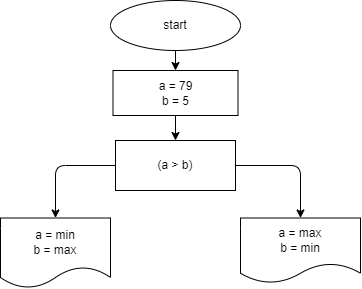
Earlier version of the draw.io export Lessons01/Examples/Task002/diagram.drawio.png (Mypulse/dotnet). Source tidied: cells renumbered, new cells last; positions are measured from the earlier drawing's top-left corner, leaving out a move shared by most shapes.
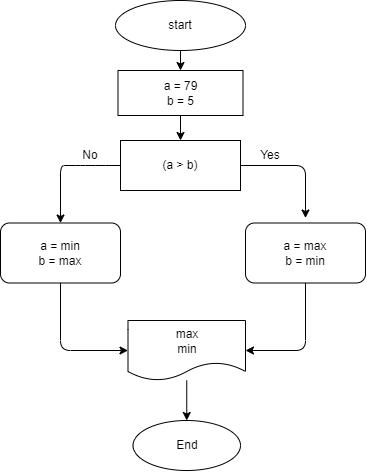
After the commit.

Commit message:
исправлена блок схема

Change to the diagram source:
```diff
@@ -17,12 +17,15 @@
     <mxCell id="6" style="edgeStyle=none;html=1;entryX=0.5;entryY=0;entryDx=0;entryDy=0;" parent="1" edge="1" source="8" target="10">
       <mxGeometry relative="1" as="geometry">
         <Array as="points">
+          <mxPoint x="90" y="165" />
+          <mxPoint x="70" y="165" />
           <mxPoint x="55" y="165" />
         </Array>
       </mxGeometry>
     </mxCell>
-    <mxCell id="7" style="edgeStyle=none;html=1;entryX=0.5;entryY=0;entryDx=0;entryDy=0;" parent="1" edge="1" source="8" target="9">
+    <mxCell id="7" style="edgeStyle=none;html=1;entryX=0.5;entryY=0;entryDx=0;entryDy=0;" parent="1" edge="1" source="8">
       <mxGeometry relative="1" as="geometry">
+        <mxPoint x="300" y="217.5" as="targetPoint" />
         <Array as="points">
           <mxPoint x="300" y="165" />
         </Array>
@@ -31,11 +34,40 @@
     <mxCell id="8" value="(a &amp;gt; b)" style="whiteSpace=wrap;html=1;" parent="1" vertex="1">
       <mxGeometry x="115" y="140" width="120" height="50" as="geometry" />
     </mxCell>
+    <mxCell id="11" style="edgeStyle=none;html=1;entryX=0;entryY=0.5;entryDx=0;entryDy=0;" parent="1" edge="1" source="10" target="16">
+      <mxGeometry relative="1" as="geometry">
+        <Array as="points">
+          <mxPoint x="55" y="350" />
+        </Array>
+      </mxGeometry>
+    </mxCell>
+    <mxCell id="10" value="a = min&lt;br&gt;b = max" style="rounded=1;whiteSpace=wrap;html=1;" parent="1" vertex="1">
+      <mxGeometry x="-5" y="222.5" width="120" height="60" as="geometry" />
+    </mxCell>
+    <mxCell id="12" style="edgeStyle=none;html=1;entryX=1;entryY=0.5;entryDx=0;entryDy=0;" parent="1" edge="1" source="9" target="16">
+      <mxGeometry relative="1" as="geometry">
+        <Array as="points">
+          <mxPoint x="300" y="350" />
+        </Array>
+      </mxGeometry>
+    </mxCell>
-    <mxCell id="9" value="a = max&lt;br&gt;b = min" style="shape=document;whiteSpace=wrap;html=1;boundedLbl=1;" parent="1" vertex="1">
-      <mxGeometry x="240" y="217.5" width="120" height="65" as="geometry" />
+    <mxCell id="9" value="&lt;span&gt;a = max&lt;/span&gt;&lt;br&gt;&lt;span&gt;b = min&lt;/span&gt;" style="rounded=1;whiteSpace=wrap;html=1;" parent="1" vertex="1">
+      <mxGeometry x="240" y="222.5" width="120" height="60" as="geometry" />
     </mxCell>
-    <mxCell id="10" value="&lt;span&gt;a = min&lt;/span&gt;&lt;br&gt;&lt;span&gt;b = max&lt;/span&gt;" style="shape=document;whiteSpace=wrap;html=1;boundedLbl=1;" parent="1" vertex="1">
-      <mxGeometry y="217.5" width="110" height="70" as="geometry" />
-    </mxCell>
+    <mxCell id="13" value="No" style="text;html=1;strokeColor=none;fillColor=none;align=center;verticalAlign=middle;whiteSpace=wrap;rounded=0;" parent="1" vertex="1">
+      <mxGeometry x="70" y="150" width="30" height="10" as="geometry" />
+    </mxCell>
+    <mxCell id="14" value="Yes" style="text;html=1;strokeColor=none;fillColor=none;align=center;verticalAlign=middle;whiteSpace=wrap;rounded=0;" parent="1" vertex="1">
+      <mxGeometry x="250" y="150" width="30" height="10" as="geometry" />
+    </mxCell>
+    <mxCell id="15" style="edgeStyle=none;html=1;entryX=0.5;entryY=0;entryDx=0;entryDy=0;" parent="1" edge="1" source="16" target="17">
+      <mxGeometry relative="1" as="geometry" />
+    </mxCell>
+    <mxCell id="16" value="max&lt;br&gt;min" style="shape=document;whiteSpace=wrap;html=1;boundedLbl=1;" parent="1" vertex="1">
+      <mxGeometry x="122.5" y="320" width="117.5" height="60" as="geometry" />
+    </mxCell>
+    <mxCell id="17" value="End" style="ellipse;whiteSpace=wrap;html=1;" parent="1" vertex="1">
+      <mxGeometry x="127.5" y="420" width="107.5" height="50" as="geometry" />
+    </mxCell>
   </root>
 </mxGraphModel>
```
